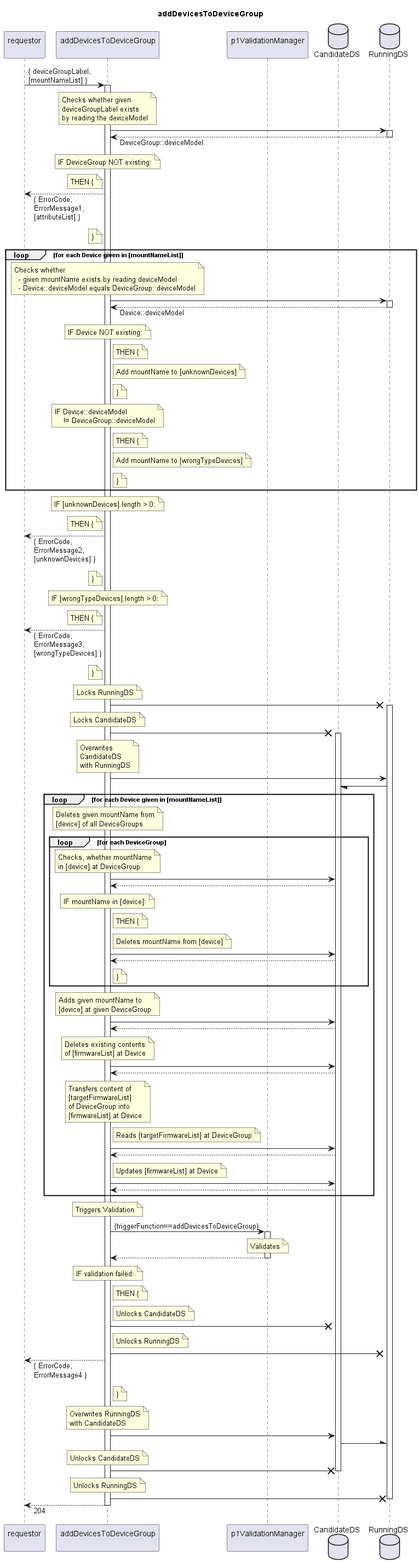
openBackhaul/FirmWareManager keeps this PlantUML diagram as spec/Services/addDevicesToDeviceGroup/1.0.0/addDevicesToDeviceGroup.png. Above is the earlier version.
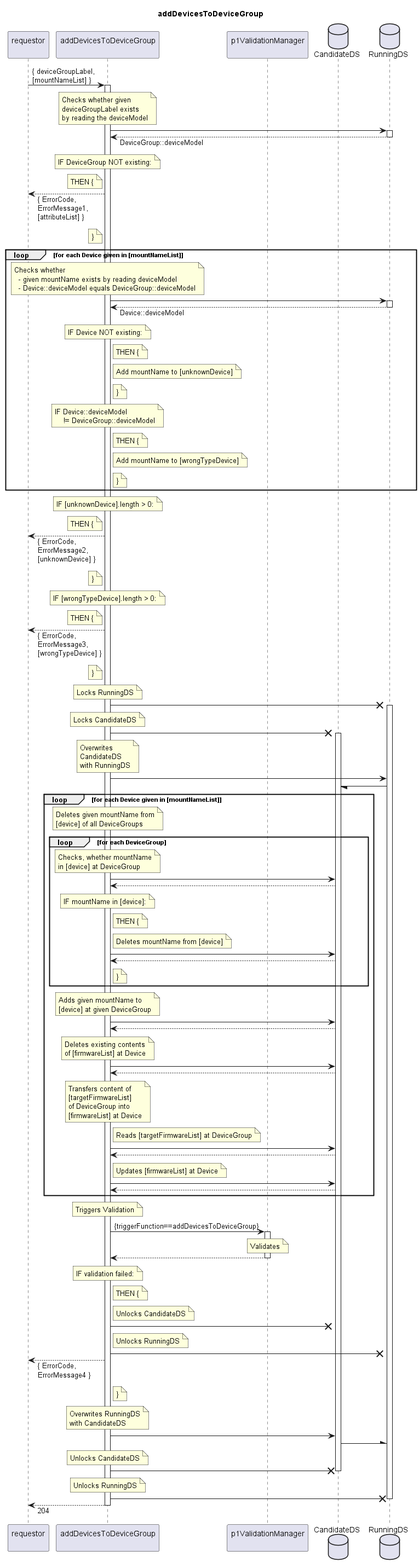
Later version of the same file.

Change to the diagram source:
```diff
@@ -51,7 +51,7 @@
       THEN {
     end note
     note right indServ
-      Add mountName to [unknownDevices]
+      Add mountName to [unknownDevice]
     end note
     note right indServ
       }
@@ -64,29 +64,29 @@
       THEN {
     end note
     note right indServ
-      Add mountName to [wrongTypeDevices]
+      Add mountName to [wrongTypeDevice]
     end note
     note right indServ
       }
     end note
   end loop
   note over indServ
-    IF [unknownDevices].length > 0:
+    IF [unknownDevice].length > 0:
   end note
   note left indServ
     THEN {
   end note
-  requestor <-- indServ: { ErrorCode,\nErrorMessage2,\n[unknownDevices] }
+  requestor <-- indServ: { ErrorCode,\nErrorMessage2,\n[unknownDevice] }
   note left indServ
     }
   end note
   note over indServ
-    IF [wrongTypeDevices].length > 0:
+    IF [wrongTypeDevice].length > 0:
   end note
   note left indServ
     THEN {
   end note
-  requestor <-- indServ: { ErrorCode,\nErrorMessage3,\n[wrongTypeDevices] }
+  requestor <-- indServ: { ErrorCode,\nErrorMessage3,\n[wrongTypeDevice] }
   note left indServ
     }
   end note
```
